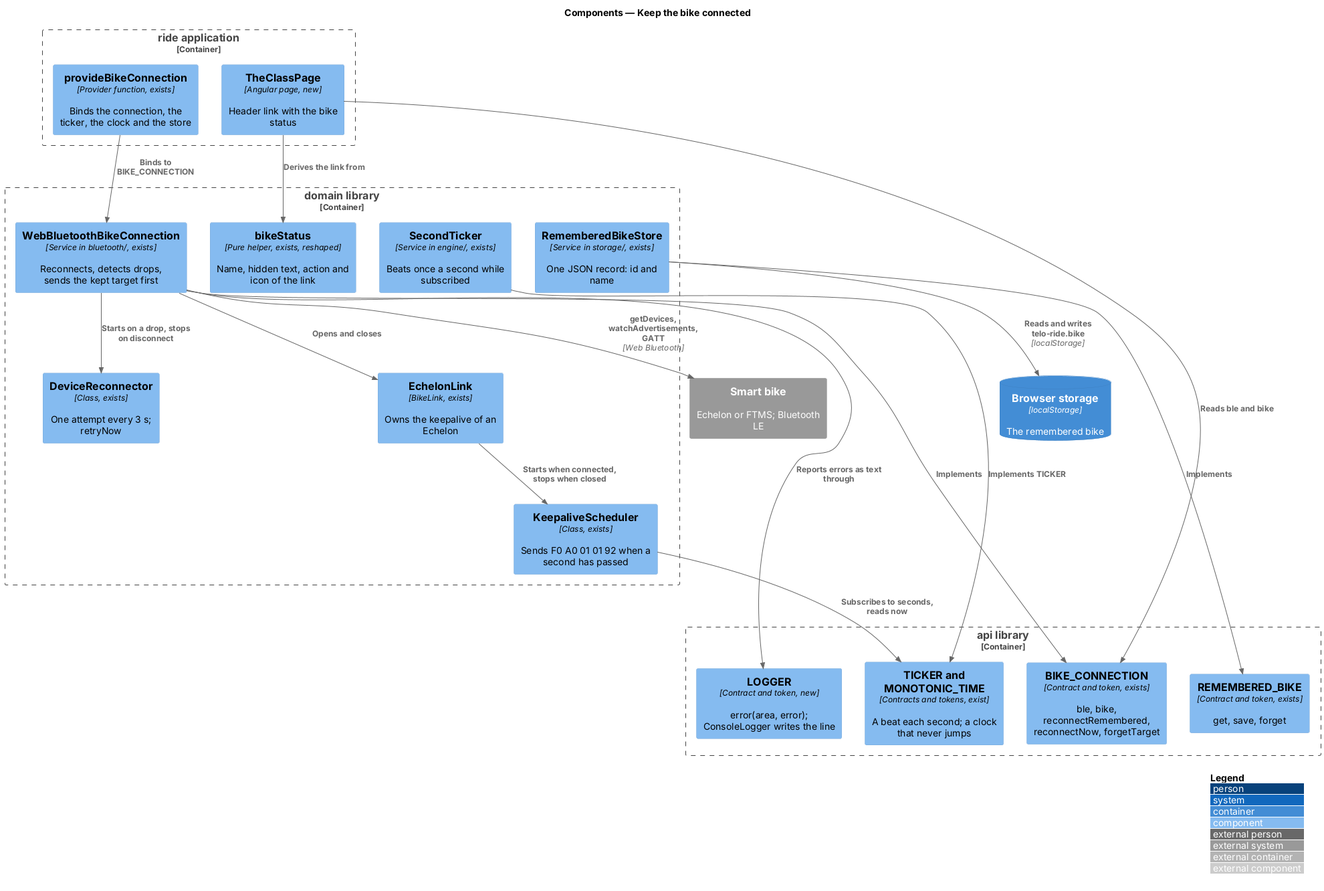
QuinntyneBrown/ride-one keeps this PlantUML diagram as docs/detailed-designs/bike/keep-the-bike-connected/diagrams/c4-component.png. Above is the earlier version. Its diagram source:
```plantuml
@startuml
!include <C4/C4_Component>
LAYOUT_WITH_LEGEND()
title Components — Keep the bike connected

System_Ext(bike, "Smart bike", "Echelon or FTMS; Bluetooth LE")
ContainerDb(storage, "Browser storage", "localStorage", "The remembered bike")
Container_Boundary(ride, "ride application") {
  Component(classPage, "TheClassPage", "Angular page, new", "Header link with the bike status")
  Component(provide, "provideBikeConnection", "Provider function, exists", "Binds the connection, the ticker, the clock and the store")
}
Container_Boundary(domain, "domain library") {
  Component(conn, "WebBluetoothBikeConnection", "Service in bluetooth/, exists", "Reconnects, detects drops, sends the kept target first")
  Component(recon, "DeviceReconnector", "Class, exists", "One attempt every 3 s; retryNow")
  Component(link, "EchelonLink", "BikeLink, exists", "Owns the keepalive of an Echelon")
  Component(keep, "KeepaliveScheduler", "Class, exists", "Sends F0 A0 01 01 92 when a second has passed")
  Component(ticker, "SecondTicker", "Service in engine/, exists", "Beats once a second while subscribed")
  Component(status, "bikeStatus", "Pure helper, exists, reshaped", "Name, hidden text, action and icon of the link")
  Component(store, "RememberedBikeStore", "Service in storage/, exists", "One JSON record: id and name")
}
Container_Boundary(api, "api library") {
  Component(token, "BIKE_CONNECTION", "Contract and token, exists", "ble, bike, reconnectRemembered, reconnectNow, forgetTarget")
  Component(remToken, "REMEMBERED_BIKE", "Contract and token, exists", "get, save, forget")
  Component(tick, "TICKER and MONOTONIC_TIME", "Contracts and tokens, exist", "A beat each second; a clock that never jumps")
  Component(logger, "LOGGER", "Contract and token, new", "error(area, error); ConsoleLogger writes the line")
}

Rel(provide, conn, "Binds to BIKE_CONNECTION")
Rel(conn, token, "Implements")
Rel(store, remToken, "Implements")
Rel(ticker, tick, "Implements TICKER")
Rel(classPage, token, "Reads ble and bike")
Rel(classPage, status, "Derives the link from")
Rel(conn, recon, "Starts on a drop, stops on disconnect")
Rel(conn, link, "Opens and closes")
Rel(link, keep, "Starts when connected, stops when closed")
Rel(keep, tick, "Subscribes to seconds, reads now")
Rel(conn, logger, "Reports errors as text through")
Rel(store, storage, "Reads and writes telo-ride.bike", "localStorage")
Rel(conn, bike, "getDevices, watchAdvertisements, GATT", "Web Bluetooth")
@enduml
```
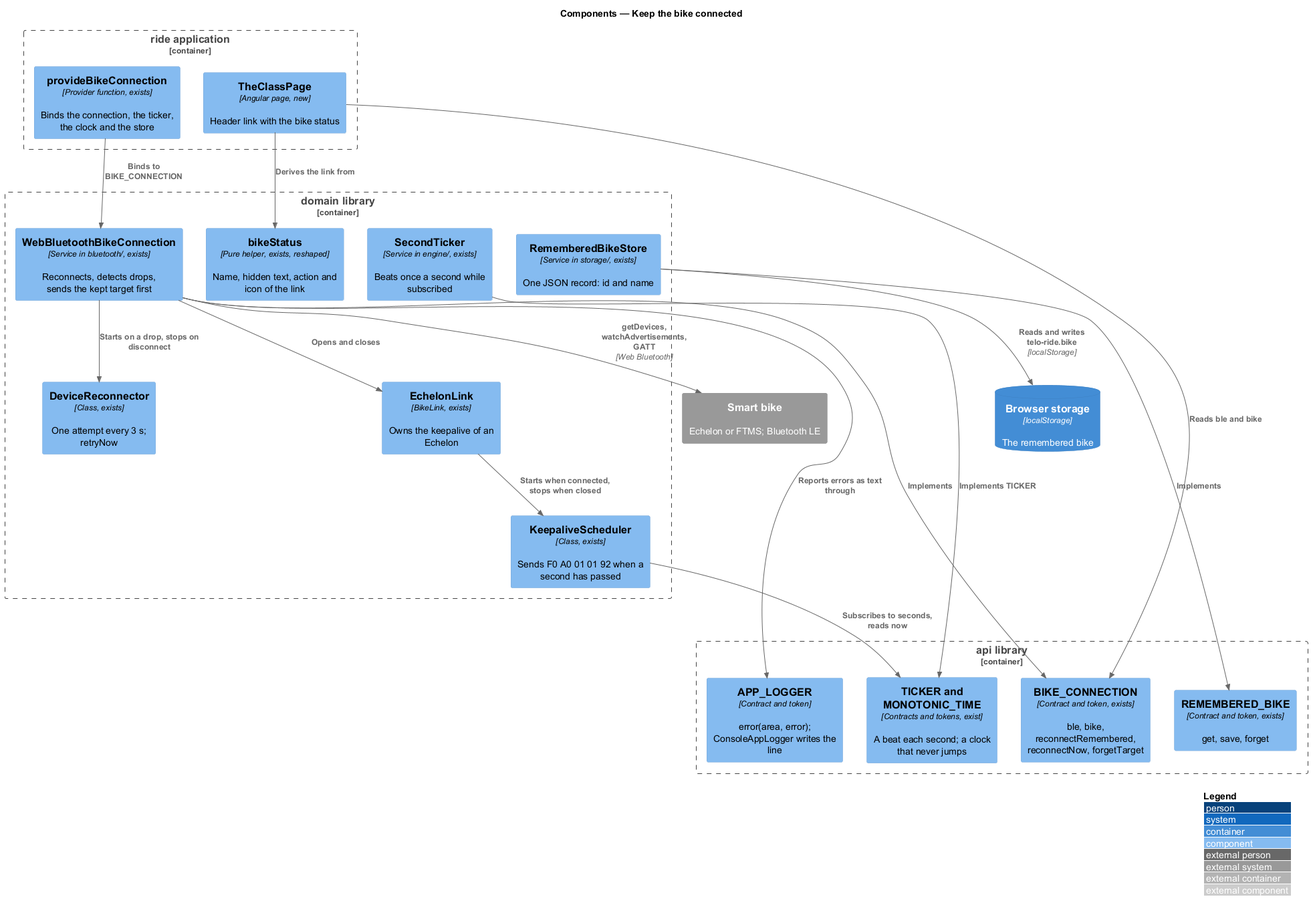
Later version of the same file.

Diff of the diagram source:
```diff
@@ -22,7 +22,7 @@
   Component(token, "BIKE_CONNECTION", "Contract and token, exists", "ble, bike, reconnectRemembered, reconnectNow, forgetTarget")
   Component(remToken, "REMEMBERED_BIKE", "Contract and token, exists", "get, save, forget")
   Component(tick, "TICKER and MONOTONIC_TIME", "Contracts and tokens, exist", "A beat each second; a clock that never jumps")
-  Component(logger, "LOGGER", "Contract and token, new", "error(area, error); ConsoleLogger writes the line")
+  Component(logger, "APP_LOGGER", "Contract and token", "error(area, error); ConsoleAppLogger writes the line")
 }
 
 Rel(provide, conn, "Binds to BIKE_CONNECTION")
```
